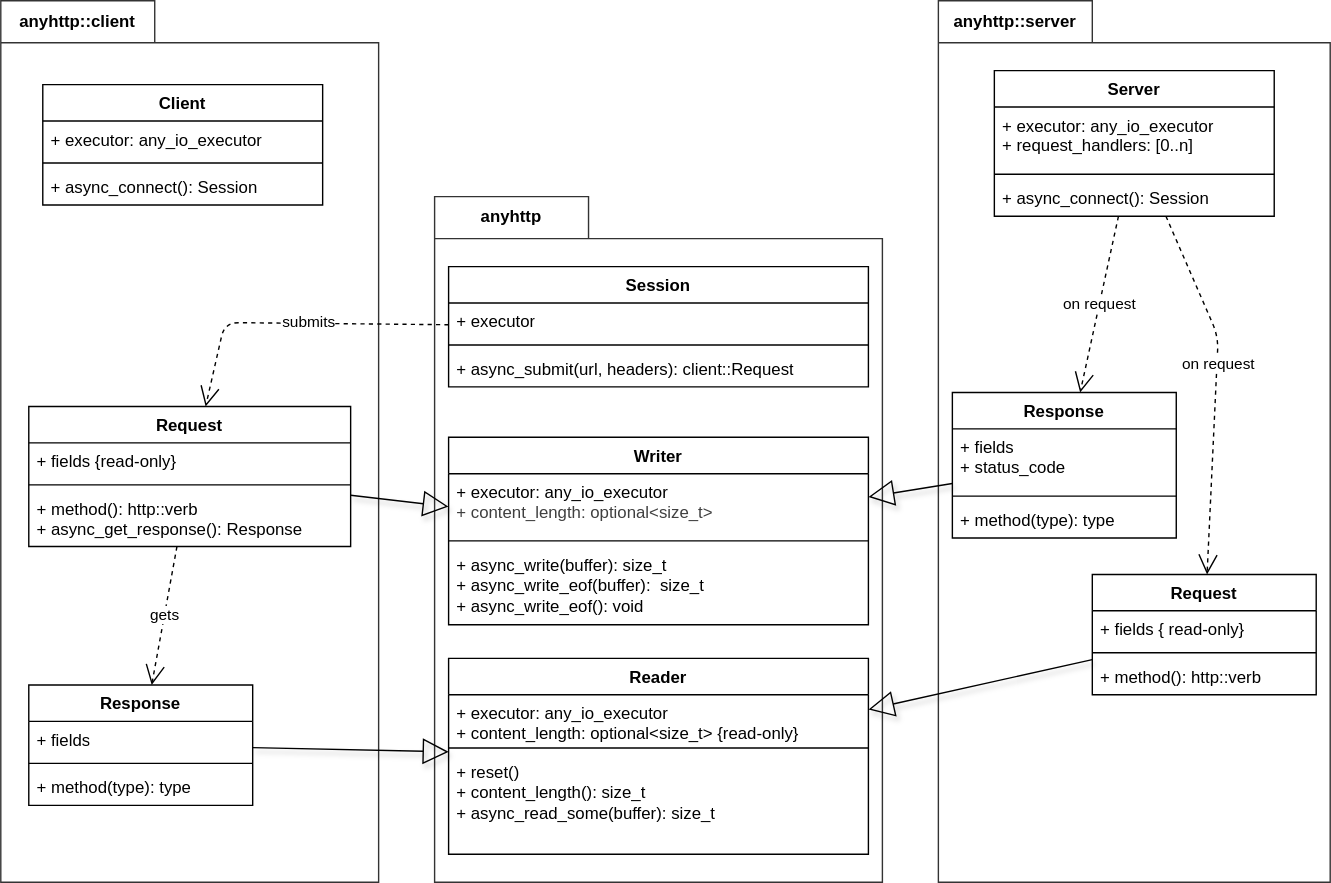
pgit/anyhttp keeps this draw.io diagram as docs/overview.drawio.svg. Above is the earlier version. Source tidied: cells renumbered, new cells last; positions are measured from the earlier drawing's top-left corner, leaving out a move shared by most shapes.
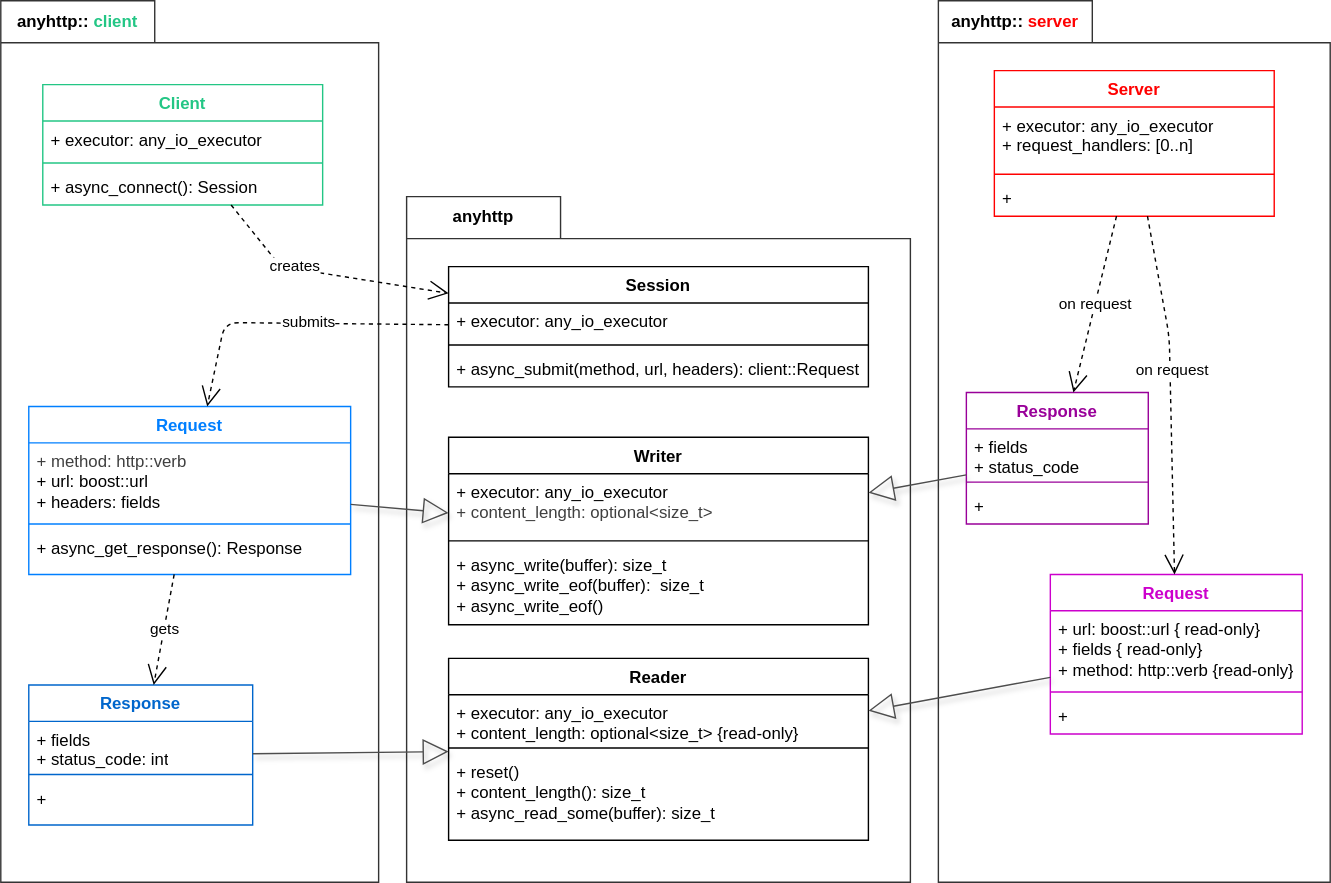
Later version of the same file.

Commit message:
cleanup overview drawio, colors

The edit, as a diff of the source:
```diff
@@ -4,6 +4,6 @@
     <mxCell id="1" parent="0" />
-    <mxCell id="2" value="anyhttp::client" style="shape=folder;fontStyle=1;tabWidth=110;tabHeight=30;tabPosition=left;html=1;boundedLbl=1;labelInHeader=1;whiteSpace=wrap;opacity=80;" parent="1" vertex="1">
+    <mxCell id="2" value="anyhttp::&lt;font style=&quot;color: rgb(35, 198, 133);&quot;&gt;client&lt;/font&gt;" style="shape=folder;fontStyle=1;tabWidth=110;tabHeight=30;tabPosition=left;html=1;boundedLbl=1;labelInHeader=1;whiteSpace=wrap;opacity=80;" parent="1" vertex="1">
       <mxGeometry width="270" height="630" as="geometry" />
     </mxCell>
-    <mxCell id="3" value="Client" style="swimlane;fontStyle=1;align=center;verticalAlign=top;horizontal=1;startSize=26;whiteSpace=wrap;html=1;" parent="2" vertex="1">
+    <mxCell id="3" value="&lt;font style=&quot;color: light-dark(rgb(35, 198, 133), rgb(237, 237, 237));&quot;&gt;Client&lt;/font&gt;" style="swimlane;fontStyle=1;align=center;verticalAlign=top;horizontal=1;startSize=26;whiteSpace=wrap;html=1;strokeColor=#23C685;" parent="2" vertex="1">
       <mxGeometry x="30" y="60" width="200" height="86" as="geometry" />
@@ -19,25 +19,25 @@
     </mxCell>
-    <mxCell id="7" value="Request" style="swimlane;fontStyle=1;align=center;verticalAlign=top;horizontal=1;startSize=26;whiteSpace=wrap;html=1;" parent="2" vertex="1">
-      <mxGeometry x="20" y="290" width="230" height="100" as="geometry" />
+    <mxCell id="7" value="&lt;font style=&quot;color: rgb(0, 127, 255);&quot;&gt;Request&lt;/font&gt;" style="swimlane;fontStyle=1;align=center;verticalAlign=top;horizontal=1;startSize=26;whiteSpace=wrap;html=1;strokeColor=#007FFF;" parent="2" vertex="1">
+      <mxGeometry x="20" y="290" width="230" height="120" as="geometry" />
     </mxCell>
-    <mxCell id="8" value="+ fields {read-only}" style="text;strokeColor=none;fillColor=none;align=left;verticalAlign=top;spacingLeft=4;spacingRight=4;overflow=hidden;whiteSpace=wrap;html=1;" parent="7" vertex="1">
-      <mxGeometry y="26" width="230" height="26" as="geometry" />
+    <mxCell id="8" value="&lt;span style=&quot;color: rgb(63, 63, 63);&quot;&gt;+ method: http::verb&lt;/span&gt;&lt;div&gt;+ url: boost::url&lt;br&gt;&lt;div&gt;+ headers: fields&lt;div&gt;&lt;br&gt;&lt;/div&gt;&lt;/div&gt;&lt;/div&gt;" style="text;strokeColor=none;fillColor=none;align=left;verticalAlign=top;spacingLeft=4;spacingRight=4;overflow=hidden;whiteSpace=wrap;html=1;" parent="7" vertex="1">
+      <mxGeometry y="26" width="230" height="54" as="geometry" />
     </mxCell>
     <mxCell id="9" style="line;strokeWidth=1;fillColor=none;align=left;verticalAlign=middle;spacingTop=-1;spacingLeft=3;spacingRight=3;labelPosition=right;strokeColor=inherit;" parent="7" vertex="1">
-      <mxGeometry y="52" width="230" height="8" as="geometry" />
+      <mxGeometry y="80" width="230" height="8" as="geometry" />
     </mxCell>
-    <mxCell id="10" value="+ method(): http::verb&lt;div&gt;+ async_get_response(): Response&lt;/div&gt;" style="text;strokeColor=none;fillColor=none;align=left;verticalAlign=top;spacingLeft=4;spacingRight=4;overflow=hidden;whiteSpace=wrap;html=1;" parent="7" vertex="1">
-      <mxGeometry y="60" width="230" height="40" as="geometry" />
+    <mxCell id="10" value="&lt;div&gt;+ async_get_response(): Response&lt;/div&gt;" style="text;strokeColor=none;fillColor=none;align=left;verticalAlign=top;spacingLeft=4;spacingRight=4;overflow=hidden;whiteSpace=wrap;html=1;" parent="7" vertex="1">
+      <mxGeometry y="88" width="230" height="32" as="geometry" />
     </mxCell>
-    <mxCell id="11" value="Response" style="swimlane;fontStyle=1;align=center;verticalAlign=top;horizontal=1;startSize=26;whiteSpace=wrap;html=1;" parent="2" vertex="1">
-      <mxGeometry x="20" y="489" width="160" height="86" as="geometry" />
+    <mxCell id="11" value="&lt;font style=&quot;color: rgb(0, 102, 204);&quot;&gt;Response&lt;/font&gt;" style="swimlane;fontStyle=1;align=center;verticalAlign=top;horizontal=1;startSize=26;whiteSpace=wrap;html=1;strokeColor=#0066CC;" parent="2" vertex="1">
+      <mxGeometry x="20" y="489" width="160" height="100" as="geometry" />
     </mxCell>
-    <mxCell id="12" value="+ fields" style="text;strokeColor=none;fillColor=none;align=left;verticalAlign=top;spacingLeft=4;spacingRight=4;overflow=hidden;whiteSpace=wrap;html=1;" parent="11" vertex="1">
-      <mxGeometry y="26" width="160" height="26" as="geometry" />
+    <mxCell id="12" value="+ fields&lt;div&gt;+ status_code: int&lt;/div&gt;" style="text;strokeColor=none;fillColor=none;align=left;verticalAlign=top;spacingLeft=4;spacingRight=4;overflow=hidden;whiteSpace=wrap;html=1;" parent="11" vertex="1">
+      <mxGeometry y="26" width="160" height="34" as="geometry" />
     </mxCell>
     <mxCell id="13" style="line;strokeWidth=1;fillColor=none;align=left;verticalAlign=middle;spacingTop=-1;spacingLeft=3;spacingRight=3;labelPosition=right;strokeColor=inherit;" parent="11" vertex="1">
-      <mxGeometry y="52" width="160" height="8" as="geometry" />
+      <mxGeometry y="60" width="160" height="8" as="geometry" />
     </mxCell>
-    <mxCell id="14" value="+ method(type): type" style="text;strokeColor=none;fillColor=none;align=left;verticalAlign=top;spacingLeft=4;spacingRight=4;overflow=hidden;whiteSpace=wrap;html=1;" parent="11" vertex="1">
-      <mxGeometry y="60" width="160" height="26" as="geometry" />
+    <mxCell id="14" value="+" style="text;strokeColor=none;fillColor=none;align=left;verticalAlign=top;spacingLeft=4;spacingRight=4;overflow=hidden;whiteSpace=wrap;html=1;" parent="11" vertex="1">
+      <mxGeometry y="68" width="160" height="32" as="geometry" />
     </mxCell>
@@ -47,6 +47,6 @@
     <mxCell id="16" value="anyhttp" style="shape=folder;fontStyle=1;tabWidth=110;tabHeight=30;tabPosition=left;html=1;boundedLbl=1;labelInHeader=1;whiteSpace=wrap;opacity=80;" parent="1" vertex="1">
-      <mxGeometry x="310" y="140" width="320" height="490" as="geometry" />
+      <mxGeometry x="290" y="140" width="360" height="490" as="geometry" />
     </mxCell>
     <mxCell id="17" value="Writer" style="swimlane;fontStyle=1;align=center;verticalAlign=top;horizontal=1;startSize=26;whiteSpace=wrap;html=1;" parent="16" vertex="1">
-      <mxGeometry x="10" y="172" width="300" height="134" as="geometry" />
+      <mxGeometry x="30" y="172" width="300" height="134" as="geometry" />
     </mxCell>
@@ -58,3 +58,3 @@
     </mxCell>
-    <mxCell id="20" value="+ async_write(buffer): size_t&lt;div&gt;+ async_write_eof(buffer):&amp;nbsp; size_t&lt;/div&gt;&lt;div&gt;+ async_write_eof(): void&lt;/div&gt;" style="text;strokeColor=none;fillColor=none;align=left;verticalAlign=top;spacingLeft=4;spacingRight=4;overflow=hidden;whiteSpace=wrap;html=1;" parent="17" vertex="1">
+    <mxCell id="20" value="+ async_write(buffer): size_t&lt;div&gt;+ async_write_eof(buffer):&amp;nbsp; size_t&lt;/div&gt;&lt;div&gt;+ async_write_eof()&lt;/div&gt;" style="text;strokeColor=none;fillColor=none;align=left;verticalAlign=top;spacingLeft=4;spacingRight=4;overflow=hidden;whiteSpace=wrap;html=1;" parent="17" vertex="1">
       <mxGeometry y="78" width="300" height="56" as="geometry" />
@@ -62,5 +62,5 @@
     <mxCell id="21" value="Session" style="swimlane;fontStyle=1;align=center;verticalAlign=top;horizontal=1;startSize=26;whiteSpace=wrap;html=1;" parent="16" vertex="1">
-      <mxGeometry x="10" y="50" width="300" height="86" as="geometry" />
+      <mxGeometry x="30" y="50" width="300" height="86" as="geometry" />
     </mxCell>
-    <mxCell id="22" value="+ executor" style="text;strokeColor=none;fillColor=none;align=left;verticalAlign=top;spacingLeft=4;spacingRight=4;overflow=hidden;whiteSpace=wrap;html=1;" parent="21" vertex="1">
+    <mxCell id="22" value="+ executor: any_io_executor" style="text;strokeColor=none;fillColor=none;align=left;verticalAlign=top;spacingLeft=4;spacingRight=4;overflow=hidden;whiteSpace=wrap;html=1;" parent="21" vertex="1">
       <mxGeometry y="26" width="300" height="26" as="geometry" />
@@ -70,3 +70,3 @@
     </mxCell>
-    <mxCell id="24" value="+ async_submit(url, headers): client::Request" style="text;strokeColor=none;fillColor=none;align=left;verticalAlign=top;spacingLeft=4;spacingRight=4;overflow=hidden;whiteSpace=wrap;html=1;" parent="21" vertex="1">
+    <mxCell id="24" value="+ async_submit(method, url, headers): client::Request" style="text;strokeColor=none;fillColor=none;align=left;verticalAlign=top;spacingLeft=4;spacingRight=4;overflow=hidden;whiteSpace=wrap;html=1;" parent="21" vertex="1">
       <mxGeometry y="60" width="300" height="26" as="geometry" />
@@ -74,3 +74,3 @@
     <mxCell id="25" value="Reader" style="swimlane;fontStyle=1;align=center;verticalAlign=top;horizontal=1;startSize=26;whiteSpace=wrap;html=1;" parent="16" vertex="1">
-      <mxGeometry x="10" y="330" width="300" height="140" as="geometry" />
+      <mxGeometry x="30" y="330" width="300" height="130" as="geometry" />
     </mxCell>
@@ -83,32 +83,32 @@
     <mxCell id="28" value="+ reset()&lt;div&gt;&lt;div&gt;+ content_length(): size_t&lt;/div&gt;&lt;div&gt;+ async_read_some(buffer): size_t&lt;/div&gt;&lt;/div&gt;" style="text;strokeColor=none;fillColor=none;align=left;verticalAlign=top;spacingLeft=4;spacingRight=4;overflow=hidden;whiteSpace=wrap;html=1;" parent="25" vertex="1">
-      <mxGeometry y="68" width="300" height="72" as="geometry" />
+      <mxGeometry y="68" width="300" height="62" as="geometry" />
     </mxCell>
-    <mxCell id="29" value="anyhttp::server" style="shape=folder;fontStyle=1;tabWidth=110;tabHeight=30;tabPosition=left;html=1;boundedLbl=1;labelInHeader=1;whiteSpace=wrap;opacity=80;" parent="1" vertex="1">
+    <mxCell id="29" value="anyhttp::&lt;font style=&quot;color: rgb(255, 0, 0);&quot;&gt;server&lt;/font&gt;" style="shape=folder;fontStyle=1;tabWidth=110;tabHeight=30;tabPosition=left;html=1;boundedLbl=1;labelInHeader=1;whiteSpace=wrap;opacity=80;strokeColor=#000000;" parent="1" vertex="1">
       <mxGeometry x="670" width="280" height="630" as="geometry" />
     </mxCell>
-    <mxCell id="30" value="Request" style="swimlane;fontStyle=1;align=center;verticalAlign=top;horizontal=1;startSize=26;whiteSpace=wrap;html=1;" parent="29" vertex="1">
-      <mxGeometry x="110" y="410" width="160" height="86" as="geometry" />
+    <mxCell id="30" value="&lt;font style=&quot;color: rgb(204, 0, 204);&quot;&gt;Request&lt;/font&gt;" style="swimlane;fontStyle=1;align=center;verticalAlign=top;horizontal=1;startSize=26;whiteSpace=wrap;html=1;strokeColor=#CC00CC;" parent="29" vertex="1">
+      <mxGeometry x="80" y="410" width="180" height="114" as="geometry" />
     </mxCell>
-    <mxCell id="31" value="+ fields {&lt;span style=&quot;color: rgb(0, 0, 0);&quot;&gt;read-only}&lt;/span&gt;" style="text;strokeColor=none;fillColor=none;align=left;verticalAlign=top;spacingLeft=4;spacingRight=4;overflow=hidden;whiteSpace=wrap;html=1;" parent="30" vertex="1">
-      <mxGeometry y="26" width="160" height="26" as="geometry" />
+    <mxCell id="31" value="&lt;div&gt;+ url: boost::url&amp;nbsp;&lt;span style=&quot;background-color: transparent; color: rgb(0, 0, 0);&quot;&gt;{&lt;/span&gt;&lt;span style=&quot;background-color: transparent; scrollbar-color: rgb(226, 226, 226) rgb(251, 251, 251); color: rgb(0, 0, 0);&quot;&gt;read-only}&lt;/span&gt;&lt;/div&gt;+ fields {&lt;span style=&quot;color: rgb(0, 0, 0);&quot;&gt;read-only}&lt;/span&gt;&lt;div&gt;&lt;span style=&quot;color: rgb(0, 0, 0);&quot;&gt;+ method: http::verb {read-only}&lt;/span&gt;&lt;/div&gt;" style="text;strokeColor=none;fillColor=none;align=left;verticalAlign=top;spacingLeft=4;spacingRight=4;overflow=hidden;whiteSpace=wrap;html=1;" parent="30" vertex="1">
+      <mxGeometry y="26" width="180" height="54" as="geometry" />
     </mxCell>
     <mxCell id="32" style="line;strokeWidth=1;fillColor=none;align=left;verticalAlign=middle;spacingTop=-1;spacingLeft=3;spacingRight=3;labelPosition=right;strokeColor=inherit;" parent="30" vertex="1">
-      <mxGeometry y="52" width="160" height="8" as="geometry" />
+      <mxGeometry y="80" width="180" height="8" as="geometry" />
     </mxCell>
-    <mxCell id="33" value="+ method(): http::verb" style="text;strokeColor=none;fillColor=none;align=left;verticalAlign=top;spacingLeft=4;spacingRight=4;overflow=hidden;whiteSpace=wrap;html=1;" parent="30" vertex="1">
-      <mxGeometry y="60" width="160" height="26" as="geometry" />
+    <mxCell id="33" value="+" style="text;strokeColor=none;fillColor=none;align=left;verticalAlign=top;spacingLeft=4;spacingRight=4;overflow=hidden;whiteSpace=wrap;html=1;" parent="30" vertex="1">
+      <mxGeometry y="88" width="180" height="26" as="geometry" />
     </mxCell>
-    <mxCell id="34" value="Response" style="swimlane;fontStyle=1;align=center;verticalAlign=top;horizontal=1;startSize=26;whiteSpace=wrap;html=1;" parent="29" vertex="1">
-      <mxGeometry x="10" y="280" width="160" height="104" as="geometry" />
+    <mxCell id="34" value="&lt;font style=&quot;color: rgb(153, 0, 153);&quot;&gt;Response&lt;/font&gt;" style="swimlane;fontStyle=1;align=center;verticalAlign=top;horizontal=1;startSize=26;whiteSpace=wrap;html=1;strokeColor=#990099;" parent="29" vertex="1">
+      <mxGeometry x="20" y="280" width="130" height="94" as="geometry" />
     </mxCell>
     <mxCell id="35" value="+ fields&lt;div&gt;+ status_code&lt;/div&gt;" style="text;strokeColor=none;fillColor=none;align=left;verticalAlign=top;spacingLeft=4;spacingRight=4;overflow=hidden;whiteSpace=wrap;html=1;" parent="34" vertex="1">
-      <mxGeometry y="26" width="160" height="44" as="geometry" />
+      <mxGeometry y="26" width="130" height="34" as="geometry" />
     </mxCell>
     <mxCell id="36" style="line;strokeWidth=1;fillColor=none;align=left;verticalAlign=middle;spacingTop=-1;spacingLeft=3;spacingRight=3;labelPosition=right;strokeColor=inherit;" parent="34" vertex="1">
-      <mxGeometry y="70" width="160" height="8" as="geometry" />
+      <mxGeometry y="60" width="130" height="8" as="geometry" />
     </mxCell>
-    <mxCell id="37" value="+ method(type): type" style="text;strokeColor=none;fillColor=none;align=left;verticalAlign=top;spacingLeft=4;spacingRight=4;overflow=hidden;whiteSpace=wrap;html=1;" parent="34" vertex="1">
-      <mxGeometry y="78" width="160" height="26" as="geometry" />
+    <mxCell id="37" value="+&amp;nbsp;" style="text;strokeColor=none;fillColor=none;align=left;verticalAlign=top;spacingLeft=4;spacingRight=4;overflow=hidden;whiteSpace=wrap;html=1;" parent="34" vertex="1">
+      <mxGeometry y="68" width="130" height="26" as="geometry" />
     </mxCell>
-    <mxCell id="38" value="Server" style="swimlane;fontStyle=1;align=center;verticalAlign=top;horizontal=1;startSize=26;whiteSpace=wrap;html=1;" parent="29" vertex="1">
+    <mxCell id="38" value="&lt;font style=&quot;color: rgb(255, 0, 0);&quot;&gt;Server&lt;/font&gt;" style="swimlane;fontStyle=1;align=center;verticalAlign=top;horizontal=1;startSize=26;whiteSpace=wrap;html=1;strokeColor=#FF0000;" parent="29" vertex="1">
       <mxGeometry x="40" y="50" width="200" height="104" as="geometry" />
@@ -121,3 +121,3 @@
     </mxCell>
-    <mxCell id="41" value="+ async_connect(): Session" style="text;strokeColor=none;fillColor=none;align=left;verticalAlign=top;spacingLeft=4;spacingRight=4;overflow=hidden;whiteSpace=wrap;html=1;" parent="38" vertex="1">
+    <mxCell id="41" value="+" style="text;strokeColor=none;fillColor=none;align=left;verticalAlign=top;spacingLeft=4;spacingRight=4;overflow=hidden;whiteSpace=wrap;html=1;" parent="38" vertex="1">
       <mxGeometry y="78" width="200" height="26" as="geometry" />
@@ -130,3 +130,3 @@
         <Array as="points">
-          <mxPoint x="200" y="240" />
+          <mxPoint x="165" y="240" />
         </Array>
@@ -134,12 +134,9 @@
     </mxCell>
-    <mxCell id="44" style="endArrow=block;endSize=16;endFill=0;html=1;spacingTop=2;spacingBottom=0;spacingLeft=0;spacingRight=0;spacing=0;textShadow=0;strokeWidth=1;shadow=1;" parent="1" edge="1" source="7" target="17">
-      <mxGeometry relative="1" as="geometry" />
-    </mxCell>
-    <mxCell id="45" style="endArrow=block;endSize=16;endFill=0;html=1;spacingTop=2;spacingBottom=0;spacingLeft=0;spacingRight=0;spacing=0;textShadow=0;strokeWidth=1;shadow=1;" parent="1" edge="1" source="34" target="17">
+    <mxCell id="45" style="endArrow=block;endSize=16;endFill=0;html=1;spacingTop=2;spacingBottom=0;spacingLeft=0;spacingRight=0;spacing=0;textShadow=0;strokeWidth=1;shadow=1;strokeColor=#4D4D4D;" parent="1" edge="1" source="34" target="17">
       <mxGeometry relative="1" as="geometry" />
     </mxCell>
-    <mxCell id="46" style="endArrow=block;endSize=16;endFill=0;html=1;spacingTop=2;spacingBottom=0;spacingLeft=0;spacingRight=0;spacing=0;textShadow=0;strokeWidth=1;shadow=1;" parent="1" edge="1" source="30" target="25">
+    <mxCell id="46" style="endArrow=block;endSize=16;endFill=0;html=1;spacingTop=2;spacingBottom=0;spacingLeft=0;spacingRight=0;spacing=0;textShadow=0;strokeWidth=1;shadow=1;strokeColor=#4D4D4D;" parent="1" edge="1" source="30" target="25">
       <mxGeometry relative="1" as="geometry" />
     </mxCell>
-    <mxCell id="47" style="endArrow=block;endSize=16;endFill=0;html=1;spacingTop=2;spacingBottom=0;spacingLeft=0;spacingRight=0;spacing=0;textShadow=0;strokeWidth=1;shadow=1;" parent="1" edge="1" source="11" target="25">
+    <mxCell id="47" style="endArrow=block;endSize=16;endFill=0;html=1;spacingTop=2;spacingBottom=0;spacingLeft=0;spacingRight=0;spacing=0;textShadow=0;strokeWidth=1;shadow=1;strokeColor=#4D4D4D;" parent="1" edge="1" source="11" target="25">
       <mxGeometry relative="1" as="geometry" />
@@ -153,2 +150,12 @@
     </mxCell>
+    <mxCell id="44" style="endArrow=block;endSize=16;endFill=0;html=1;spacingTop=2;spacingBottom=0;spacingLeft=0;spacingRight=0;spacing=0;textShadow=0;strokeWidth=1;shadow=1;flowAnimation=0;strokeColor=#4D4D4D;endFillColor=none;" parent="1" edge="1" source="7" target="17">
+      <mxGeometry relative="1" as="geometry" />
+    </mxCell>
+    <mxCell id="49" value="creates" style="endArrow=open;endSize=12;dashed=1;html=1;" parent="1" edge="1" source="3" target="21">
+      <mxGeometry x="-0.25" y="2" relative="1" as="geometry">
+        <Array as="points">
+          <mxPoint x="200" y="190" />
+        </Array>
+      </mxGeometry>
+    </mxCell>
   </root>
```
